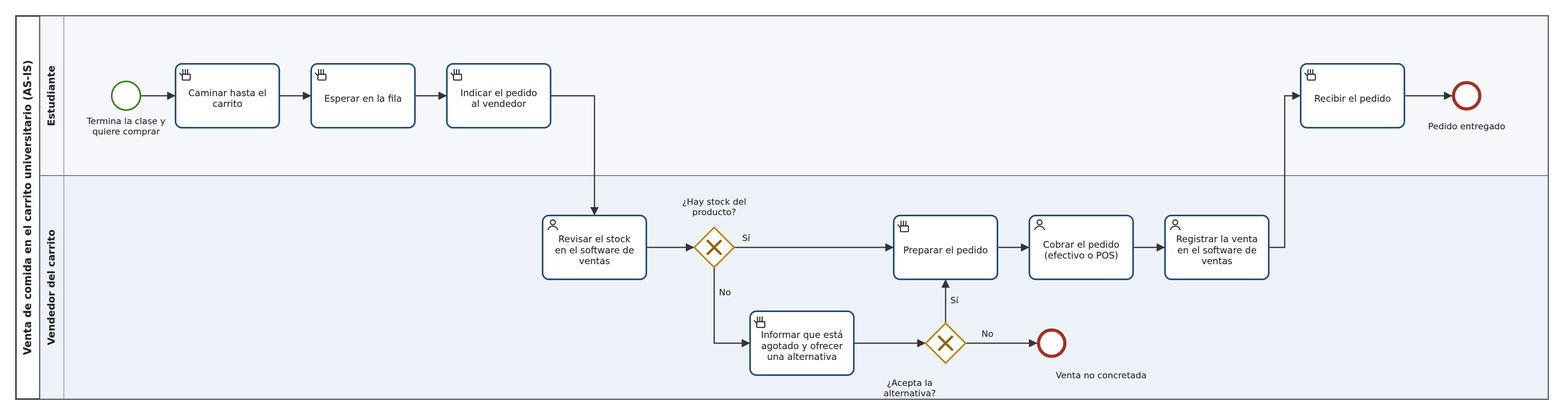
This is diagramas/as-is.png from Sysfood/OptimizacionCarrito, a BPMN export, as it was before one commit. Its source is kept beside it as diagramas/as-is.bpmn. Ids are renumbered.
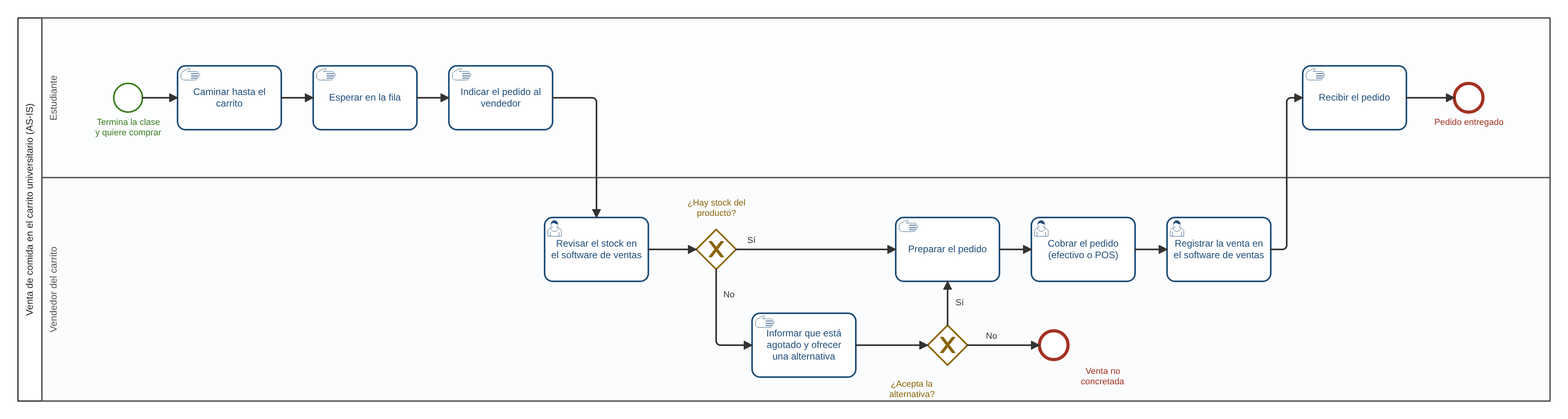
After the change.

The edit, as a diff of the source:
```diff
@@ -1,4 +1,4 @@
-<bpmn:definitions xmlns:bpmn="http://www.omg.org/spec/BPMN/20100524/MODEL" xmlns:bpmndi="http://www.omg.org/spec/BPMN/20100524/DI" xmlns:dc="http://www.omg.org/spec/DD/20100524/DC" xmlns:di="http://www.omg.org/spec/DD/20100524/DI" id="Definitions_AS" targetNamespace="http://bpmn.io/schema/bpmn" exporter="Camunda Modeler" exporterVersion="5.20.0">
+<bpmn:definitions xmlns:bpmn="http://www.omg.org/spec/BPMN/20100524/MODEL" xmlns:bpmndi="http://www.omg.org/spec/BPMN/20100524/DI" xmlns:dc="http://www.omg.org/spec/DD/20100524/DC" xmlns:di="http://www.omg.org/spec/DD/20100524/DI" xmlns:bioc="http://bpmn.io/schema/bpmn/biocolor/1.0" xmlns:color="http://www.omg.org/spec/BPMN/non-normative/color/1.0" id="Definitions_AS" targetNamespace="http://bpmn.io/schema/bpmn" exporter="Camunda Modeler" exporterVersion="5.20.0">
   <bpmn:collaboration id="Collaboration_1">
     <bpmn:participant id="Participant_1" name="Venta de comida en el carrito universitario (AS-IS)" processRef="Process_1" />
   </bpmn:collaboration>
@@ -97,36 +97,36 @@
   <bpmndi:BPMNDiagram id="BPMNDiagram_1">
     <bpmndi:BPMNPlane id="BPMNPlane_1" bpmnElement="Collaboration_1">
       <bpmndi:BPMNShape id="Participant_1_di" bpmnElement="Participant_1" isHorizontal="true"><dc:Bounds x="140" y="80" width="1920" height="480" /></bpmndi:BPMNShape>
-      <bpmndi:BPMNShape id="Lane_est_di" bpmnElement="Lane_est" isHorizontal="true"><dc:Bounds x="170" y="80" width="1890" height="200" /></bpmndi:BPMNShape>
-      <bpmndi:BPMNShape id="Lane_ven_di" bpmnElement="Lane_ven" isHorizontal="true"><dc:Bounds x="170" y="280" width="1890" height="280" /></bpmndi:BPMNShape>
-      <bpmndi:BPMNShape id="Ev_inicio_di" bpmnElement="Ev_inicio"><dc:Bounds x="260" y="162" width="36" height="36" /><bpmndi:BPMNLabel><dc:Bounds x="218" y="204" width="120" height="30" /></bpmndi:BPMNLabel></bpmndi:BPMNShape>
-      <bpmndi:BPMNShape id="Ta_caminar_di" bpmnElement="Ta_caminar"><dc:Bounds x="340" y="140" width="130" height="80" /></bpmndi:BPMNShape>
-      <bpmndi:BPMNShape id="Ta_fila_di" bpmnElement="Ta_fila"><dc:Bounds x="510" y="140" width="130" height="80" /></bpmndi:BPMNShape>
-      <bpmndi:BPMNShape id="Ta_indicar_di" bpmnElement="Ta_indicar"><dc:Bounds x="680" y="140" width="130" height="80" /></bpmndi:BPMNShape>
-      <bpmndi:BPMNShape id="Ta_revisar_di" bpmnElement="Ta_revisar"><dc:Bounds x="800" y="330" width="130" height="80" /></bpmndi:BPMNShape>
-      <bpmndi:BPMNShape id="Gw_stock_di" bpmnElement="Gw_stock" isMarkerVisible="true"><dc:Bounds x="990" y="345" width="50" height="50" /><bpmndi:BPMNLabel><dc:Bounds x="955" y="305" width="120" height="30" /></bpmndi:BPMNLabel></bpmndi:BPMNShape>
-      <bpmndi:BPMNShape id="Ta_alternativa_di" bpmnElement="Ta_alternativa"><dc:Bounds x="1060" y="450" width="130" height="80" /></bpmndi:BPMNShape>
-      <bpmndi:BPMNShape id="Gw_alternativa_di" bpmnElement="Gw_alternativa" isMarkerVisible="true"><dc:Bounds x="1280" y="465" width="50" height="50" /><bpmndi:BPMNLabel><dc:Bounds x="1200" y="532" width="120" height="30" /></bpmndi:BPMNLabel></bpmndi:BPMNShape>
-      <bpmndi:BPMNShape id="Ev_noventa_di" bpmnElement="Ev_noventa"><dc:Bounds x="1420" y="472" width="36" height="36" /><bpmndi:BPMNLabel><dc:Bounds x="1440" y="516" width="120" height="30" /></bpmndi:BPMNLabel></bpmndi:BPMNShape>
-      <bpmndi:BPMNShape id="Ta_preparar_di" bpmnElement="Ta_preparar"><dc:Bounds x="1240" y="330" width="130" height="80" /></bpmndi:BPMNShape>
-      <bpmndi:BPMNShape id="Ta_cobrar_di" bpmnElement="Ta_cobrar"><dc:Bounds x="1410" y="330" width="130" height="80" /></bpmndi:BPMNShape>
-      <bpmndi:BPMNShape id="Ta_registrar_di" bpmnElement="Ta_registrar"><dc:Bounds x="1580" y="330" width="130" height="80" /></bpmndi:BPMNShape>
-      <bpmndi:BPMNShape id="Ta_recibir_di" bpmnElement="Ta_recibir"><dc:Bounds x="1750" y="140" width="130" height="80" /></bpmndi:BPMNShape>
-      <bpmndi:BPMNShape id="Ev_fin_di" bpmnElement="Ev_fin"><dc:Bounds x="1940" y="162" width="36" height="36" /><bpmndi:BPMNLabel><dc:Bounds x="1898" y="204" width="120" height="30" /></bpmndi:BPMNLabel></bpmndi:BPMNShape>
-      <bpmndi:BPMNEdge id="Fa_01_di" bpmnElement="Fa_01"><di:waypoint x="296" y="180" /><di:waypoint x="340" y="180" /></bpmndi:BPMNEdge>
-      <bpmndi:BPMNEdge id="Fa_02_di" bpmnElement="Fa_02"><di:waypoint x="470" y="180" /><di:waypoint x="510" y="180" /></bpmndi:BPMNEdge>
-      <bpmndi:BPMNEdge id="Fa_03_di" bpmnElement="Fa_03"><di:waypoint x="640" y="180" /><di:waypoint x="680" y="180" /></bpmndi:BPMNEdge>
-      <bpmndi:BPMNEdge id="Fa_04_di" bpmnElement="Fa_04"><di:waypoint x="810" y="180" /><di:waypoint x="865" y="180" /><di:waypoint x="865" y="330" /></bpmndi:BPMNEdge>
-      <bpmndi:BPMNEdge id="Fa_05_di" bpmnElement="Fa_05"><di:waypoint x="930" y="370" /><di:waypoint x="990" y="370" /></bpmndi:BPMNEdge>
-      <bpmndi:BPMNEdge id="Fa_06_di" bpmnElement="Fa_06"><di:waypoint x="1040" y="370" /><di:waypoint x="1240" y="370" /><bpmndi:BPMNLabel><dc:Bounds x="1050" y="352" width="20" height="14" /></bpmndi:BPMNLabel></bpmndi:BPMNEdge>
-      <bpmndi:BPMNEdge id="Fa_07_di" bpmnElement="Fa_07"><di:waypoint x="1015" y="395" /><di:waypoint x="1015" y="490" /><di:waypoint x="1060" y="490" /><bpmndi:BPMNLabel><dc:Bounds x="1021" y="420" width="20" height="14" /></bpmndi:BPMNLabel></bpmndi:BPMNEdge>
-      <bpmndi:BPMNEdge id="Fa_13_di" bpmnElement="Fa_13"><di:waypoint x="1190" y="490" /><di:waypoint x="1280" y="490" /></bpmndi:BPMNEdge>
-      <bpmndi:BPMNEdge id="Fa_14_di" bpmnElement="Fa_14"><di:waypoint x="1305" y="465" /><di:waypoint x="1305" y="410" /><bpmndi:BPMNLabel><dc:Bounds x="1311" y="430" width="20" height="14" /></bpmndi:BPMNLabel></bpmndi:BPMNEdge>
-      <bpmndi:BPMNEdge id="Fa_12_di" bpmnElement="Fa_12"><di:waypoint x="1330" y="490" /><di:waypoint x="1420" y="490" /><bpmndi:BPMNLabel><dc:Bounds x="1350" y="472" width="20" height="14" /></bpmndi:BPMNLabel></bpmndi:BPMNEdge>
-      <bpmndi:BPMNEdge id="Fa_08_di" bpmnElement="Fa_08"><di:waypoint x="1370" y="370" /><di:waypoint x="1410" y="370" /></bpmndi:BPMNEdge>
-      <bpmndi:BPMNEdge id="Fa_09_di" bpmnElement="Fa_09"><di:waypoint x="1540" y="370" /><di:waypoint x="1580" y="370" /></bpmndi:BPMNEdge>
-      <bpmndi:BPMNEdge id="Fa_10_di" bpmnElement="Fa_10"><di:waypoint x="1710" y="370" /><di:waypoint x="1730" y="370" /><di:waypoint x="1730" y="180" /><di:waypoint x="1750" y="180" /></bpmndi:BPMNEdge>
-      <bpmndi:BPMNEdge id="Fa_11_di" bpmnElement="Fa_11"><di:waypoint x="1880" y="180" /><di:waypoint x="1940" y="180" /></bpmndi:BPMNEdge>
+      <bpmndi:BPMNShape id="Lane_est_di" bpmnElement="Lane_est" isHorizontal="true" bioc:stroke="#555555" bioc:fill="#f5f7fb" color:background-color="#f5f7fb" color:border-color="#555555"><dc:Bounds x="170" y="80" width="1890" height="200" /></bpmndi:BPMNShape>
+      <bpmndi:BPMNShape id="Lane_ven_di" bpmnElement="Lane_ven" isHorizontal="true" bioc:stroke="#555555" bioc:fill="#edf2f9" color:background-color="#edf2f9" color:border-color="#555555"><dc:Bounds x="170" y="280" width="1890" height="280" /></bpmndi:BPMNShape>
+      <bpmndi:BPMNShape id="Ev_inicio_di" bpmnElement="Ev_inicio" bioc:stroke="#3a7d1f" bioc:fill="#ffffff" color:background-color="#ffffff" color:border-color="#3a7d1f"><dc:Bounds x="260" y="162" width="36" height="36" /><bpmndi:BPMNLabel><dc:Bounds x="218" y="204" width="120" height="30" /></bpmndi:BPMNLabel></bpmndi:BPMNShape>
+      <bpmndi:BPMNShape id="Ta_caminar_di" bpmnElement="Ta_caminar" bioc:stroke="#1f4e79" bioc:fill="#ffffff" color:background-color="#ffffff" color:border-color="#1f4e79"><dc:Bounds x="340" y="140" width="130" height="80" /></bpmndi:BPMNShape>
+      <bpmndi:BPMNShape id="Ta_fila_di" bpmnElement="Ta_fila" bioc:stroke="#1f4e79" bioc:fill="#ffffff" color:background-color="#ffffff" color:border-color="#1f4e79"><dc:Bounds x="510" y="140" width="130" height="80" /></bpmndi:BPMNShape>
+      <bpmndi:BPMNShape id="Ta_indicar_di" bpmnElement="Ta_indicar" bioc:stroke="#1f4e79" bioc:fill="#ffffff" color:background-color="#ffffff" color:border-color="#1f4e79"><dc:Bounds x="680" y="140" width="130" height="80" /></bpmndi:BPMNShape>
+      <bpmndi:BPMNShape id="Ta_revisar_di" bpmnElement="Ta_revisar" bioc:stroke="#1f4e79" bioc:fill="#ffffff" color:background-color="#ffffff" color:border-color="#1f4e79"><dc:Bounds x="800" y="330" width="130" height="80" /></bpmndi:BPMNShape>
+      <bpmndi:BPMNShape id="Gw_stock_di" bpmnElement="Gw_stock" isMarkerVisible="true" bioc:stroke="#8a6508" bioc:fill="#ffffff" color:background-color="#ffffff" color:border-color="#8a6508"><dc:Bounds x="990" y="345" width="50" height="50" /><bpmndi:BPMNLabel><dc:Bounds x="955" y="305" width="120" height="30" /></bpmndi:BPMNLabel></bpmndi:BPMNShape>
+      <bpmndi:BPMNShape id="Ta_alternativa_di" bpmnElement="Ta_alternativa" bioc:stroke="#1f4e79" bioc:fill="#ffffff" color:background-color="#ffffff" color:border-color="#1f4e79"><dc:Bounds x="1060" y="450" width="130" height="80" /></bpmndi:BPMNShape>
+      <bpmndi:BPMNShape id="Gw_alternativa_di" bpmnElement="Gw_alternativa" isMarkerVisible="true" bioc:stroke="#8a6508" bioc:fill="#ffffff" color:background-color="#ffffff" color:border-color="#8a6508"><dc:Bounds x="1280" y="465" width="50" height="50" /><bpmndi:BPMNLabel><dc:Bounds x="1200" y="532" width="120" height="30" /></bpmndi:BPMNLabel></bpmndi:BPMNShape>
+      <bpmndi:BPMNShape id="Ev_noventa_di" bpmnElement="Ev_noventa" bioc:stroke="#a33122" bioc:fill="#ffffff" color:background-color="#ffffff" color:border-color="#a33122"><dc:Bounds x="1420" y="472" width="36" height="36" /><bpmndi:BPMNLabel><dc:Bounds x="1440" y="516" width="120" height="30" /></bpmndi:BPMNLabel></bpmndi:BPMNShape>
+      <bpmndi:BPMNShape id="Ta_preparar_di" bpmnElement="Ta_preparar" bioc:stroke="#1f4e79" bioc:fill="#ffffff" color:background-color="#ffffff" color:border-color="#1f4e79"><dc:Bounds x="1240" y="330" width="130" height="80" /></bpmndi:BPMNShape>
+      <bpmndi:BPMNShape id="Ta_cobrar_di" bpmnElement="Ta_cobrar" bioc:stroke="#1f4e79" bioc:fill="#ffffff" color:background-color="#ffffff" color:border-color="#1f4e79"><dc:Bounds x="1410" y="330" width="130" height="80" /></bpmndi:BPMNShape>
+      <bpmndi:BPMNShape id="Ta_registrar_di" bpmnElement="Ta_registrar" bioc:stroke="#1f4e79" bioc:fill="#ffffff" color:background-color="#ffffff" color:border-color="#1f4e79"><dc:Bounds x="1580" y="330" width="130" height="80" /></bpmndi:BPMNShape>
+      <bpmndi:BPMNShape id="Ta_recibir_di" bpmnElement="Ta_recibir" bioc:stroke="#1f4e79" bioc:fill="#ffffff" color:background-color="#ffffff" color:border-color="#1f4e79"><dc:Bounds x="1750" y="140" width="130" height="80" /></bpmndi:BPMNShape>
+      <bpmndi:BPMNShape id="Ev_fin_di" bpmnElement="Ev_fin" bioc:stroke="#a33122" bioc:fill="#ffffff" color:background-color="#ffffff" color:border-color="#a33122"><dc:Bounds x="1940" y="162" width="36" height="36" /><bpmndi:BPMNLabel><dc:Bounds x="1898" y="204" width="120" height="30" /></bpmndi:BPMNLabel></bpmndi:BPMNShape>
+      <bpmndi:BPMNEdge id="Fa_01_di" bpmnElement="Fa_01" bioc:stroke="#333333" color:border-color="#333333"><di:waypoint x="296" y="180" /><di:waypoint x="340" y="180" /></bpmndi:BPMNEdge>
+      <bpmndi:BPMNEdge id="Fa_02_di" bpmnElement="Fa_02" bioc:stroke="#333333" color:border-color="#333333"><di:waypoint x="470" y="180" /><di:waypoint x="510" y="180" /></bpmndi:BPMNEdge>
+      <bpmndi:BPMNEdge id="Fa_03_di" bpmnElement="Fa_03" bioc:stroke="#333333" color:border-color="#333333"><di:waypoint x="640" y="180" /><di:waypoint x="680" y="180" /></bpmndi:BPMNEdge>
+      <bpmndi:BPMNEdge id="Fa_04_di" bpmnElement="Fa_04" bioc:stroke="#333333" color:border-color="#333333"><di:waypoint x="810" y="180" /><di:waypoint x="865" y="180" /><di:waypoint x="865" y="330" /></bpmndi:BPMNEdge>
+      <bpmndi:BPMNEdge id="Fa_05_di" bpmnElement="Fa_05" bioc:stroke="#333333" color:border-color="#333333"><di:waypoint x="930" y="370" /><di:waypoint x="990" y="370" /></bpmndi:BPMNEdge>
+      <bpmndi:BPMNEdge id="Fa_06_di" bpmnElement="Fa_06" bioc:stroke="#333333" color:border-color="#333333"><di:waypoint x="1040" y="370" /><di:waypoint x="1240" y="370" /><bpmndi:BPMNLabel><dc:Bounds x="1050" y="352" width="20" height="14" /></bpmndi:BPMNLabel></bpmndi:BPMNEdge>
+      <bpmndi:BPMNEdge id="Fa_07_di" bpmnElement="Fa_07" bioc:stroke="#333333" color:border-color="#333333"><di:waypoint x="1015" y="395" /><di:waypoint x="1015" y="490" /><di:waypoint x="1060" y="490" /><bpmndi:BPMNLabel><dc:Bounds x="1021" y="420" width="20" height="14" /></bpmndi:BPMNLabel></bpmndi:BPMNEdge>
+      <bpmndi:BPMNEdge id="Fa_13_di" bpmnElement="Fa_13" bioc:stroke="#333333" color:border-color="#333333"><di:waypoint x="1190" y="490" /><di:waypoint x="1280" y="490" /></bpmndi:BPMNEdge>
+      <bpmndi:BPMNEdge id="Fa_14_di" bpmnElement="Fa_14" bioc:stroke="#333333" color:border-color="#333333"><di:waypoint x="1305" y="465" /><di:waypoint x="1305" y="410" /><bpmndi:BPMNLabel><dc:Bounds x="1311" y="430" width="20" height="14" /></bpmndi:BPMNLabel></bpmndi:BPMNEdge>
+      <bpmndi:BPMNEdge id="Fa_12_di" bpmnElement="Fa_12" bioc:stroke="#333333" color:border-color="#333333"><di:waypoint x="1330" y="490" /><di:waypoint x="1420" y="490" /><bpmndi:BPMNLabel><dc:Bounds x="1350" y="472" width="20" height="14" /></bpmndi:BPMNLabel></bpmndi:BPMNEdge>
+      <bpmndi:BPMNEdge id="Fa_08_di" bpmnElement="Fa_08" bioc:stroke="#333333" color:border-color="#333333"><di:waypoint x="1370" y="370" /><di:waypoint x="1410" y="370" /></bpmndi:BPMNEdge>
+      <bpmndi:BPMNEdge id="Fa_09_di" bpmnElement="Fa_09" bioc:stroke="#333333" color:border-color="#333333"><di:waypoint x="1540" y="370" /><di:waypoint x="1580" y="370" /></bpmndi:BPMNEdge>
+      <bpmndi:BPMNEdge id="Fa_10_di" bpmnElement="Fa_10" bioc:stroke="#333333" color:border-color="#333333"><di:waypoint x="1710" y="370" /><di:waypoint x="1730" y="370" /><di:waypoint x="1730" y="180" /><di:waypoint x="1750" y="180" /></bpmndi:BPMNEdge>
+      <bpmndi:BPMNEdge id="Fa_11_di" bpmnElement="Fa_11" bioc:stroke="#333333" color:border-color="#333333"><di:waypoint x="1880" y="180" /><di:waypoint x="1940" y="180" /></bpmndi:BPMNEdge>
     </bpmndi:BPMNPlane>
   </bpmndi:BPMNDiagram>
 </bpmn:definitions>
```
